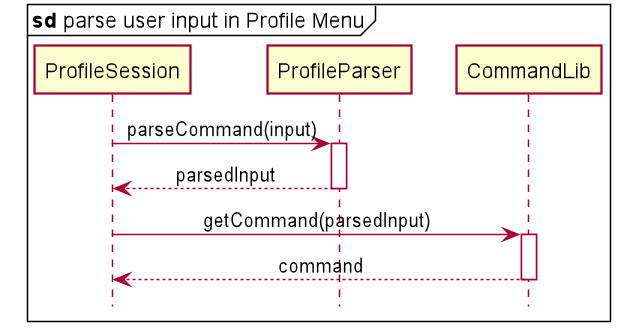
This is docs/pictures/Shukai/ParseInput.png from zsk612/tp, a PlantUML export, as it was before one commit. The source it was exported from:
```plantuml
@startuml





skinparam Class {
    FontColor #000000
    BorderThickness 1
    BorderColor #000000
    StereotypeFontColor #FFFFFF
    FontName Arial
}

skinparam Actor {
    BorderColor #000000
    Color #000000
    FontName Arial
}

skinparam Sequence {
    MessageAlign center
    BoxFontSize 13
    BoxPadding 0
    BoxFontColor #FFFFFF
    FontName Arial
}

skinparam Participant {
    Padding 20
}

skinparam MinClassWidth 50
skinparam ParticipantPadding 10
skinparam Shadowing false
skinparam DefaultTextAlignment center
skinparam packageStyle Rectangle
skinparam BackgroundColor #FFFFFFF

hide footbox
hide members
hide circle

mainframe <b>sd</b> parse user input in Profile Menu

    ProfileSession -> ProfileParser ++ : parseCommand(input)
    ProfileParser --> ProfileSession -- : parsedInput

    ProfileSession -> CommandLib ++ : getCommand(parsedInput)
    CommandLib --> ProfileSession -- : command

@enduml
```
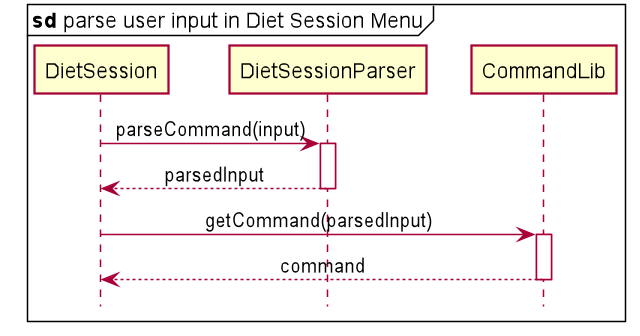
After the commit.

Commit message:
update parerInput in diet

Change to the diagram source:
```diff
@@ -41,12 +41,12 @@
 hide members
 hide circle
 
-mainframe <b>sd</b> parse user input in Profile Menu
+mainframe <b>sd</b> parse user input in Diet Session Menu
 
-    ProfileSession -> ProfileParser ++ : parseCommand(input)
-    ProfileParser --> ProfileSession -- : parsedInput
+    DietSession -> DietSessionParser ++ : parseCommand(input)
+    DietSessionParser --> DietSession -- : parsedInput
 
-    ProfileSession -> CommandLib ++ : getCommand(parsedInput)
-    CommandLib --> ProfileSession -- : command
+    DietSession -> CommandLib ++ : getCommand(parsedInput)
+    CommandLib --> DietSession -- : command
 
 @enduml
```
